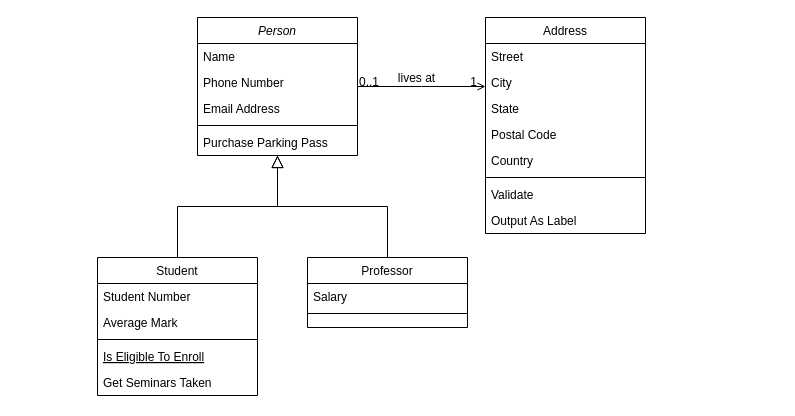
Earlier version of the draw.io diagram Diagramme sans nom.drawio (Chadibz/Chadibz). Source tidied: cells renumbered, new cells numbered last; positions are measured from the earlier drawing's top-left corner, leaving out a move shared by most shapes. Both pictures are drawn from the tidied source at 100%, with x=0, y=0 at pixel (97, 17).
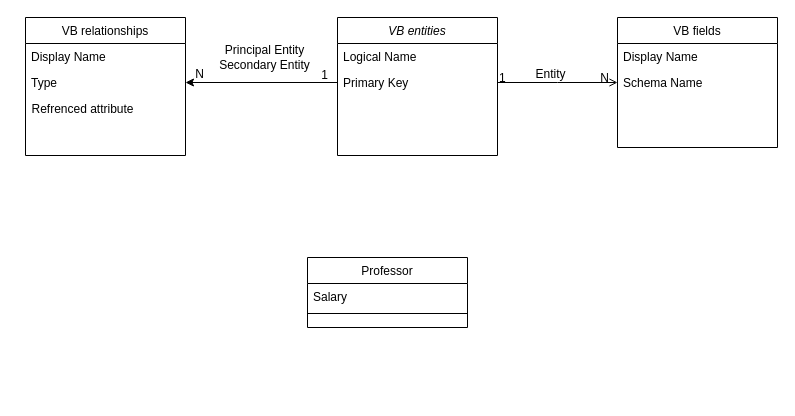
After the change.

Commit message (it also covers changes not shown here):
Mettre à jour Diagramme sans nom.drawio

The change refers to these unchanged cells:
```xml
<mxCell id="15" value="Professor" style="swimlane;fontStyle=0;align=center;verticalAlign=top;horizontal=1;startSize=26;rounded=0;shadow=0;strokeWidth=1;" parent="1" vertex="1">
  <mxGeometry x="210" y="240" width="160" height="70" as="geometry" />
</mxCell>
<mxCell id="28" style="endArrow=open;shadow=0;strokeWidth=1;rounded=0;curved=0;endFill=1;edgeStyle=elbowEdgeStyle;elbow=vertical;" parent="1" edge="1" source="2" target="19">
  <mxGeometry x="0.5" y="41" relative="1" as="geometry">
    <mxPoint x="-40" y="32" as="offset" />
  </mxGeometry>
</mxCell>
```

The edit, as a diff of the source:
```diff
@@
-    <mxCell id="2" value="Person" style="swimlane;fontStyle=2;align=center;verticalAlign=top;horizontal=1;startSize=26;rounded=0;shadow=0;strokeWidth=1;" parent="1" vertex="1">
-      <mxGeometry x="100" width="160" height="138" as="geometry" />
+    <mxCell id="2" value="VB entities" style="swimlane;fontStyle=2;align=center;verticalAlign=top;horizontal=1;startSize=26;rounded=0;shadow=0;strokeWidth=1;" parent="1" vertex="1">
+      <mxGeometry x="240" width="160" height="138" as="geometry" />
     </mxCell>
-    <mxCell id="3" value="Name" style="text;align=left;verticalAlign=top;spacingLeft=4;spacingRight=4;overflow=hidden;" parent="2" vertex="1">
+    <mxCell id="3" value="Logical Name" style="text;align=left;verticalAlign=top;spacingLeft=4;spacingRight=4;overflow=hidden;" parent="2" vertex="1">
       <mxGeometry y="26" width="160" height="26" as="geometry" />
     </mxCell>
-    <mxCell id="4" value="Phone Number" style="text;align=left;verticalAlign=top;spacingLeft=4;spacingRight=4;overflow=hidden;points=[[0,0.5],[1,0.5]];portConstraint=eastwest;rounded=0;shadow=0;html=0;" parent="2" vertex="1">
+    <mxCell id="4" value="Primary Key" style="text;align=left;verticalAlign=top;spacingLeft=4;spacingRight=4;overflow=hidden;points=[[0,0.5],[1,0.5]];portConstraint=eastwest;rounded=0;shadow=0;html=0;" parent="2" vertex="1">
       <mxGeometry y="52" width="160" height="26" as="geometry" />
     </mxCell>
-    <mxCell id="5" value="Email Address" style="text;align=left;verticalAlign=top;spacingLeft=4;spacingRight=4;overflow=hidden;rounded=0;shadow=0;html=0;" parent="2" vertex="1">
-      <mxGeometry y="78" width="160" height="26" as="geometry" />
-    </mxCell>
-    <mxCell id="6" style="line;html=1;strokeWidth=1;align=left;verticalAlign=middle;spacingTop=-1;spacingLeft=3;spacingRight=3;labelPosition=right;" parent="2" vertex="1">
-      <mxGeometry y="104" width="160" height="8" as="geometry" />
-    </mxCell>
-    <mxCell id="7" value="Purchase Parking Pass" style="text;align=left;verticalAlign=top;spacingLeft=4;spacingRight=4;overflow=hidden;" parent="2" vertex="1">
-      <mxGeometry y="112" width="160" height="26" as="geometry" />
-    </mxCell>
-    <mxCell id="8" value="Student" style="swimlane;fontStyle=0;align=center;verticalAlign=top;horizontal=1;startSize=26;rounded=0;shadow=0;strokeWidth=1;" parent="1" vertex="1">
-      <mxGeometry y="240" width="160" height="138" as="geometry" />
+    <mxCell id="8" value="VB relationships" style="swimlane;fontStyle=0;align=center;verticalAlign=top;horizontal=1;startSize=26;rounded=0;shadow=0;strokeWidth=1;" parent="1" vertex="1">
+      <mxGeometry x="-72" width="160" height="138" as="geometry" />
     </mxCell>
-    <mxCell id="9" value="Student Number" style="text;align=left;verticalAlign=top;spacingLeft=4;spacingRight=4;overflow=hidden;" parent="8" vertex="1">
+    <mxCell id="9" value="Display Name" style="text;align=left;verticalAlign=top;spacingLeft=4;spacingRight=4;overflow=hidden;" parent="8" vertex="1">
       <mxGeometry y="26" width="160" height="26" as="geometry" />
     </mxCell>
-    <mxCell id="10" value="Average Mark" style="text;align=left;verticalAlign=top;spacingLeft=4;spacingRight=4;overflow=hidden;points=[[0,0.5],[1,0.5]];portConstraint=eastwest;rounded=0;shadow=0;html=0;" parent="8" vertex="1">
+    <mxCell id="10" value="Type" style="text;align=left;verticalAlign=top;spacingLeft=4;spacingRight=4;overflow=hidden;points=[[0,0.5],[1,0.5]];portConstraint=eastwest;rounded=0;shadow=0;html=0;" parent="8" vertex="1">
       <mxGeometry y="52" width="160" height="26" as="geometry" />
     </mxCell>
-    <mxCell id="11" style="line;html=1;strokeWidth=1;align=left;verticalAlign=middle;spacingTop=-1;spacingLeft=3;spacingRight=3;labelPosition=right;" parent="8" vertex="1">
-      <mxGeometry y="78" width="160" height="8" as="geometry" />
-    </mxCell>
-    <mxCell id="12" value="Is Eligible To Enroll" style="text;align=left;verticalAlign=top;spacingLeft=4;spacingRight=4;overflow=hidden;fontStyle=4;" parent="8" vertex="1">
-      <mxGeometry y="86" width="160" height="26" as="geometry" />
-    </mxCell>
-    <mxCell id="13" value="Get Seminars Taken" style="text;align=left;verticalAlign=top;spacingLeft=4;spacingRight=4;overflow=hidden;" parent="8" vertex="1">
-      <mxGeometry y="112" width="160" height="26" as="geometry" />
-    </mxCell>
-    <mxCell id="14" style="endArrow=block;endSize=10;endFill=0;shadow=0;strokeWidth=1;rounded=0;curved=0;edgeStyle=elbowEdgeStyle;elbow=vertical;" parent="1" edge="1" source="8" target="2">
-      <mxGeometry relative="1" as="geometry" />
-    </mxCell>
@@
-    <mxCell id="18" style="endArrow=block;endSize=10;endFill=0;shadow=0;strokeWidth=1;rounded=0;curved=0;edgeStyle=elbowEdgeStyle;elbow=vertical;" parent="1" edge="1" source="15" target="2">
-      <mxGeometry relative="1" as="geometry" />
-    </mxCell>
-    <mxCell id="19" value="Address" style="swimlane;fontStyle=0;align=center;verticalAlign=top;horizontal=1;startSize=26;rounded=0;shadow=0;strokeWidth=1;" parent="1" vertex="1">
-      <mxGeometry x="388" width="160" height="216" as="geometry" />
+    <mxCell id="19" value="VB fields" style="swimlane;fontStyle=0;align=center;verticalAlign=top;horizontal=1;startSize=26;rounded=0;shadow=0;strokeWidth=1;" parent="1" vertex="1">
+      <mxGeometry x="520" width="160" height="130" as="geometry" />
     </mxCell>
-    <mxCell id="20" value="Street" style="text;align=left;verticalAlign=top;spacingLeft=4;spacingRight=4;overflow=hidden;" parent="19" vertex="1">
+    <mxCell id="20" value="Display Name" style="text;align=left;verticalAlign=top;spacingLeft=4;spacingRight=4;overflow=hidden;" parent="19" vertex="1">
       <mxGeometry y="26" width="160" height="26" as="geometry" />
     </mxCell>
-    <mxCell id="21" value="City" style="text;align=left;verticalAlign=top;spacingLeft=4;spacingRight=4;overflow=hidden;rounded=0;shadow=0;html=0;" parent="19" vertex="1">
+    <mxCell id="21" value="Schema Name" style="text;align=left;verticalAlign=top;spacingLeft=4;spacingRight=4;overflow=hidden;rounded=0;shadow=0;html=0;" parent="19" vertex="1">
       <mxGeometry y="52" width="160" height="26" as="geometry" />
     </mxCell>
-    <mxCell id="22" value="State" style="text;align=left;verticalAlign=top;spacingLeft=4;spacingRight=4;overflow=hidden;rounded=0;shadow=0;html=0;" parent="19" vertex="1">
-      <mxGeometry y="78" width="160" height="26" as="geometry" />
-    </mxCell>
-    <mxCell id="23" value="Postal Code" style="text;align=left;verticalAlign=top;spacingLeft=4;spacingRight=4;overflow=hidden;rounded=0;shadow=0;html=0;" parent="19" vertex="1">
-      <mxGeometry y="104" width="160" height="26" as="geometry" />
-    </mxCell>
-    <mxCell id="24" value="Country" style="text;align=left;verticalAlign=top;spacingLeft=4;spacingRight=4;overflow=hidden;rounded=0;shadow=0;html=0;" parent="19" vertex="1">
-      <mxGeometry y="130" width="160" height="26" as="geometry" />
-    </mxCell>
-    <mxCell id="25" style="line;html=1;strokeWidth=1;align=left;verticalAlign=middle;spacingTop=-1;spacingLeft=3;spacingRight=3;labelPosition=right;" parent="19" vertex="1">
-      <mxGeometry y="156" width="160" height="8" as="geometry" />
-    </mxCell>
-    <mxCell id="26" value="Validate" style="text;align=left;verticalAlign=top;spacingLeft=4;spacingRight=4;overflow=hidden;" parent="19" vertex="1">
-      <mxGeometry y="164" width="160" height="26" as="geometry" />
-    </mxCell>
-    <mxCell id="27" value="Output As Label" style="text;align=left;verticalAlign=top;spacingLeft=4;spacingRight=4;overflow=hidden;" parent="19" vertex="1">
-      <mxGeometry y="190" width="160" height="26" as="geometry" />
-    </mxCell>
@@
-    <mxCell id="29" value="0..1" style="align=left;verticalAlign=bottom;labelBackgroundColor=none;fontSize=12;" parent="28" vertex="1">
+    <mxCell id="29" value="1" style="align=left;verticalAlign=bottom;labelBackgroundColor=none;fontSize=12;" parent="28" vertex="1">
       <mxGeometry x="-1" relative="1" as="geometry">
         <mxPoint y="4" as="offset" />
       </mxGeometry>
     </mxCell>
-    <mxCell id="30" value="1" style="align=right;verticalAlign=bottom;labelBackgroundColor=none;fontSize=12;" parent="28" vertex="1">
+    <mxCell id="30" value="N" style="align=right;verticalAlign=bottom;labelBackgroundColor=none;fontSize=12;" parent="28" vertex="1">
       <mxGeometry x="1" relative="1" as="geometry">
         <mxPoint x="-7" y="4" as="offset" />
       </mxGeometry>
     </mxCell>
-    <mxCell id="31" value="lives at" style="text;html=1;align=center;verticalAlign=middle;labelBackgroundColor=none;rounded=0;shadow=0;strokeWidth=1;fontSize=12;" parent="28" vertex="1">
+    <mxCell id="31" value="Entity" style="text;html=1;align=center;verticalAlign=middle;labelBackgroundColor=none;rounded=0;shadow=0;strokeWidth=1;fontSize=12;" parent="28" vertex="1">
       <mxGeometry x="0.5" y="49" relative="1" as="geometry">
         <mxPoint x="-38" y="40" as="offset" />
       </mxGeometry>
     </mxCell>
+    <mxCell id="32" value="Refrenced attribute" style="text;html=1;align=center;verticalAlign=middle;strokeColor=none;fillColor=none;" parent="1" vertex="1">
+      <mxGeometry x="-80" y="77" width="130" height="30" as="geometry" />
+    </mxCell>
+    <mxCell id="33" style="edgeStyle=orthogonalEdgeStyle;rounded=0;jettySize=auto;html=1;exitX=0;exitY=0.5;exitDx=0;exitDy=0;entryX=1;entryY=0.5;entryDx=0;entryDy=0;" parent="1" edge="1" source="4" target="10">
+      <mxGeometry relative="1" as="geometry" />
+    </mxCell>
+    <mxCell id="34" value="Principal Entity&lt;div&gt;Secondary Entity&lt;/div&gt;" style="text;html=1;align=center;verticalAlign=middle;strokeColor=none;fillColor=none;" parent="1" vertex="1">
+      <mxGeometry x="112" y="20" width="110" height="40" as="geometry" />
+    </mxCell>
+    <mxCell id="35" value="N" style="text;html=1;align=center;verticalAlign=middle;strokeColor=none;fillColor=none;" parent="1" vertex="1">
+      <mxGeometry x="87" y="42" width="30" height="30" as="geometry" />
+    </mxCell>
+    <mxCell id="36" value="1" style="text;html=1;align=center;verticalAlign=middle;strokeColor=none;fillColor=none;" parent="1" vertex="1">
+      <mxGeometry x="212" y="43" width="30" height="30" as="geometry" />
+    </mxCell>
```
